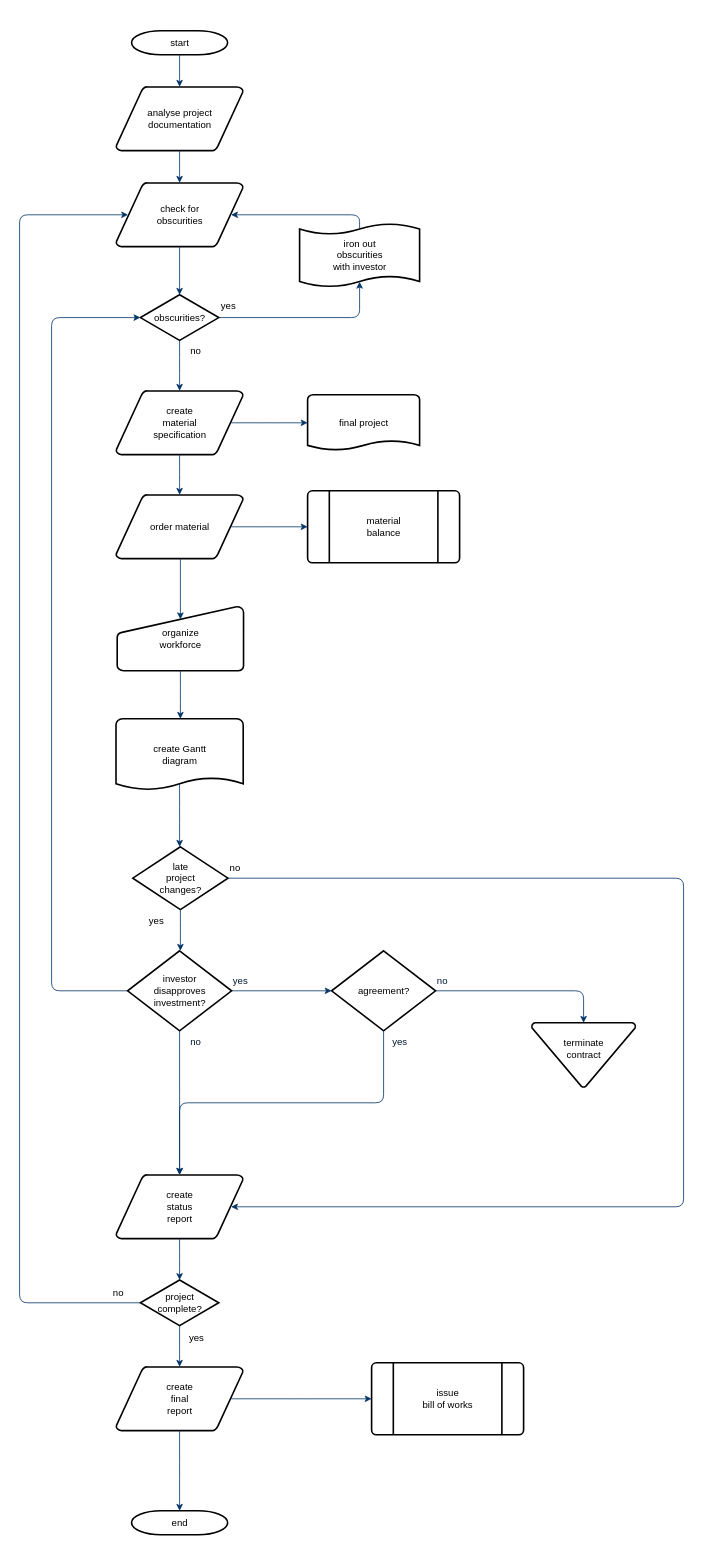
Before: scholarship.drawio in LyndonYeh/gitTest, a draw.io diagram. Source tidied: cells renumbered, new cells numbered last; positions are measured from the earlier drawing's top-left corner, leaving out a move shared by most shapes. Both pictures are drawn from the tidied source at 80%, with x=0, y=0 at pixel (19, 30).
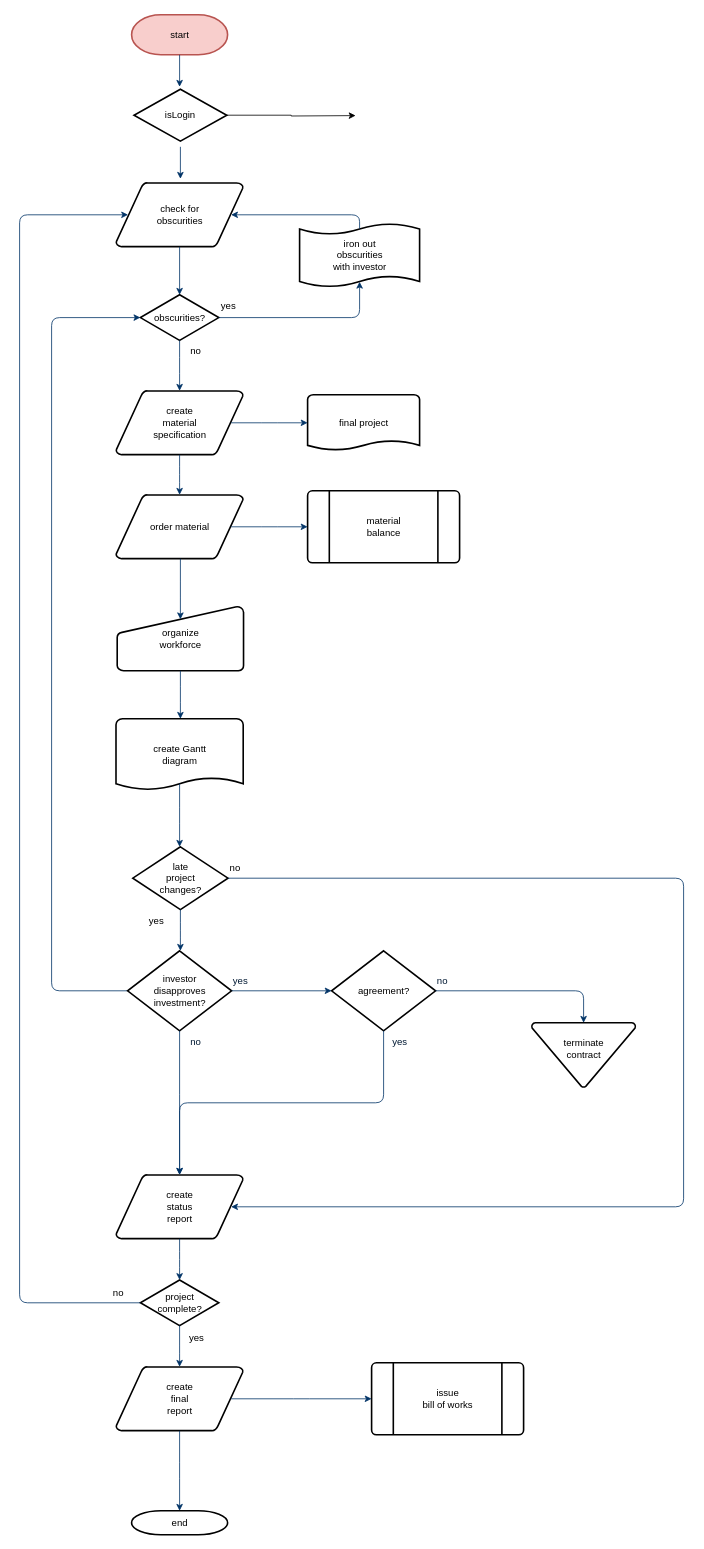
Above is the later version.

Unchanged cells that the change refers to:
```xml
<mxCell id="5" value="check for&#10;obscurities" style="shape=mxgraph.flowchart.data;strokeWidth=2;gradientColor=none;gradientDirection=north;fontStyle=0;html=1;" parent="1" vertex="1">
  <mxGeometry x="120.5" y="190" width="159" height="80" as="geometry" />
</mxCell>
```

The edit, as a diff of the source:
```diff
@@
-    <mxCell id="2" value="start" style="shape=mxgraph.flowchart.terminator;strokeWidth=2;gradientColor=none;gradientDirection=north;fontStyle=0;html=1;" parent="1" vertex="1">
-      <mxGeometry x="140" width="120" height="30" as="geometry" />
+    <mxCell id="2" value="start" style="shape=mxgraph.flowchart.terminator;strokeWidth=2;gradientDirection=north;fontStyle=0;html=1;fillColor=#f8cecc;strokeColor=#b85450;" parent="1" vertex="1">
+      <mxGeometry x="140" y="-20" width="120" height="50" as="geometry" />
     </mxCell>
-    <mxCell id="3" value="analyse project&#10; documentation" style="shape=mxgraph.flowchart.data;strokeWidth=2;gradientColor=none;gradientDirection=north;fontStyle=0;html=1;" parent="1" vertex="1">
-      <mxGeometry x="120.5" y="70" width="159" height="80" as="geometry" />
-    </mxCell>
@@
-    <mxCell id="7" style="fontStyle=1;strokeColor=#003366;strokeWidth=1;html=1;" parent="1" edge="1" source="2" target="3">
-      <mxGeometry relative="1" as="geometry" />
+    <mxCell id="7" style="fontStyle=1;strokeColor=#003366;strokeWidth=1;html=1;" parent="1" edge="1" source="2">
+      <mxGeometry relative="1" as="geometry">
+        <mxPoint x="200" y="70" as="targetPoint" />
+      </mxGeometry>
     </mxCell>
-    <mxCell id="8" style="fontStyle=1;strokeColor=#003366;strokeWidth=1;html=1;" parent="1" edge="1" source="3" target="5">
-      <mxGeometry relative="1" as="geometry" />
+    <mxCell id="8" style="fontStyle=1;strokeColor=#003366;strokeWidth=1;html=1;" parent="1" edge="1">
+      <mxGeometry relative="1" as="geometry">
+        <mxPoint x="201" y="145" as="sourcePoint" />
+        <mxPoint x="201" y="185" as="targetPoint" />
+      </mxGeometry>
     </mxCell>
@@
+    <mxCell id="56" style="edgeStyle=orthogonalEdgeStyle;rounded=0;jettySize=auto;html=1;" parent="1" edge="1" source="57">
+      <mxGeometry relative="1" as="geometry">
+        <mxPoint x="420" y="106" as="targetPoint" />
+      </mxGeometry>
+    </mxCell>
+    <mxCell id="57" value="isLogin" style="strokeWidth=2;html=1;shape=mxgraph.flowchart.decision;whiteSpace=wrap;" parent="1" vertex="1">
+      <mxGeometry x="143" y="73" width="116" height="65" as="geometry" />
+    </mxCell>
```
